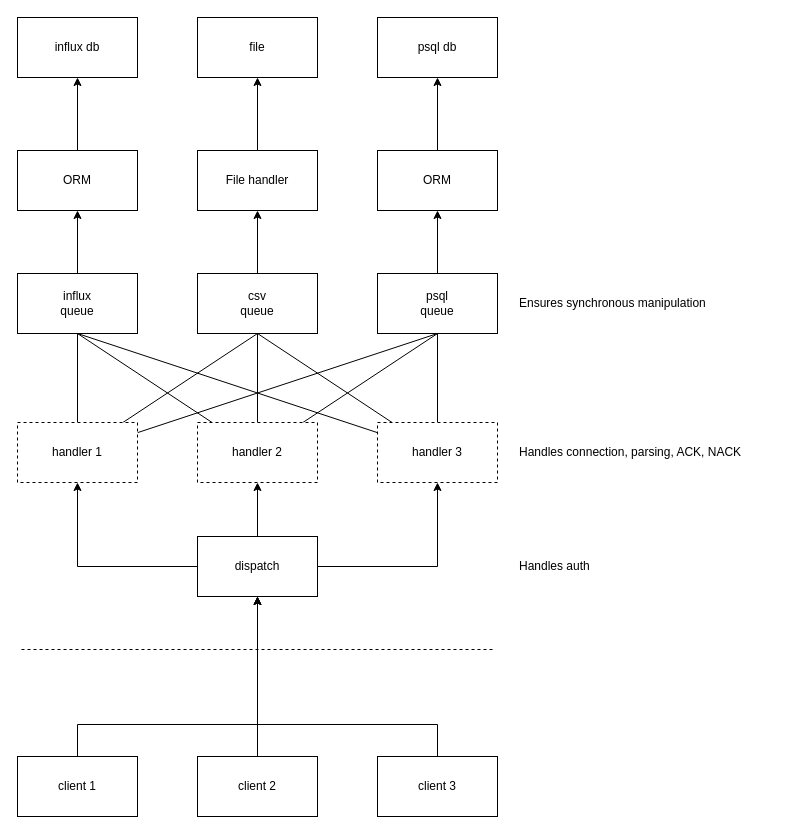
The draw.io diagram docs/rlog.drawio in leon-h-a/rLog, before the edit. Source tidied: cells renumbered, new cells numbered last; positions are measured from the earlier drawing's top-left corner, leaving out a move shared by most shapes. Both pictures are drawn from the tidied source at 100%, with x=0, y=0 at pixel (17, 17).
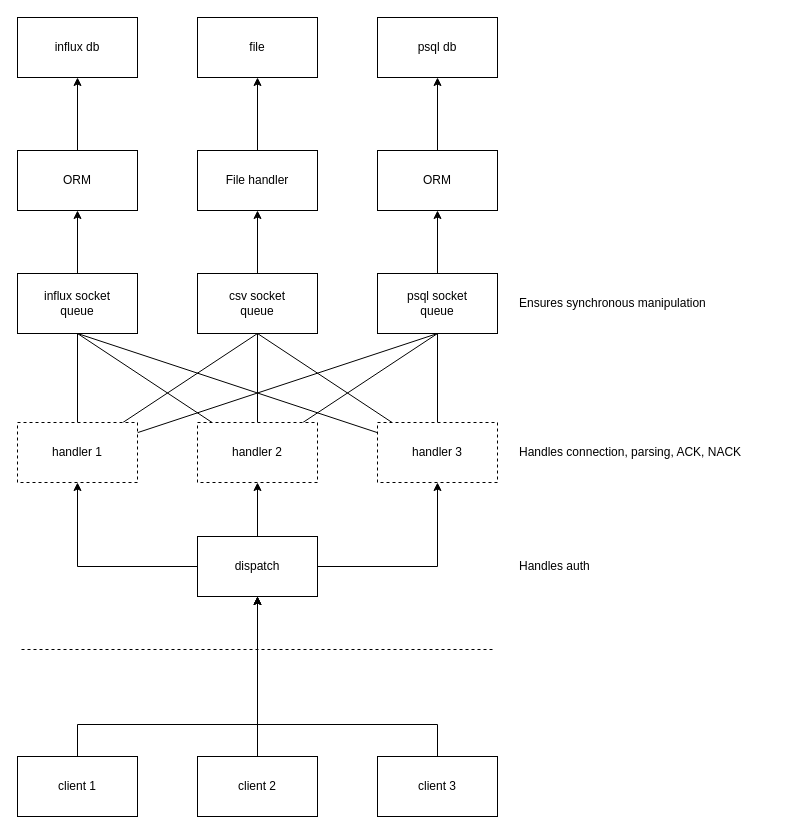
Above is the later version.

Change to the diagram source:
```diff
@@
-    <mxCell id="26" value="influx&lt;br&gt;queue" style="rounded=0;whiteSpace=wrap;html=1;" parent="1" vertex="1">
+    <mxCell id="26" value="influx socket&lt;br&gt;queue" style="rounded=0;whiteSpace=wrap;html=1;" parent="1" vertex="1">
       <mxGeometry y="256" width="120" height="60" as="geometry" />
     </mxCell>
@@
-    <mxCell id="28" value="csv&lt;br&gt;queue" style="rounded=0;whiteSpace=wrap;html=1;" parent="1" vertex="1">
+    <mxCell id="28" value="csv socket&lt;br&gt;queue" style="rounded=0;whiteSpace=wrap;html=1;" parent="1" vertex="1">
       <mxGeometry x="180" y="256" width="120" height="60" as="geometry" />
     </mxCell>
@@
-    <mxCell id="30" value="psql&lt;br&gt;queue" style="rounded=0;whiteSpace=wrap;html=1;" parent="1" vertex="1">
+    <mxCell id="30" value="psql socket&lt;br&gt;queue" style="rounded=0;whiteSpace=wrap;html=1;" parent="1" vertex="1">
       <mxGeometry x="360" y="256" width="120" height="60" as="geometry" />
     </mxCell>
```
